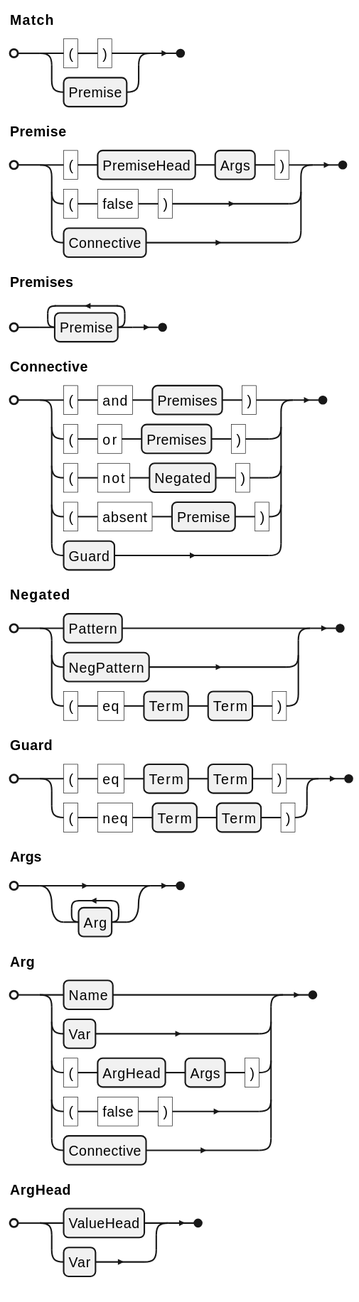
agutikov/ein keeps this PlantUML diagram as docs/ein/user/04-reference/diagrams/01-grammar-phrase-match.svg. Above is the earlier version. Its source is kept beside it as docs/ein/user/04-reference/diagrams/01-grammar-phrase-match.puml.
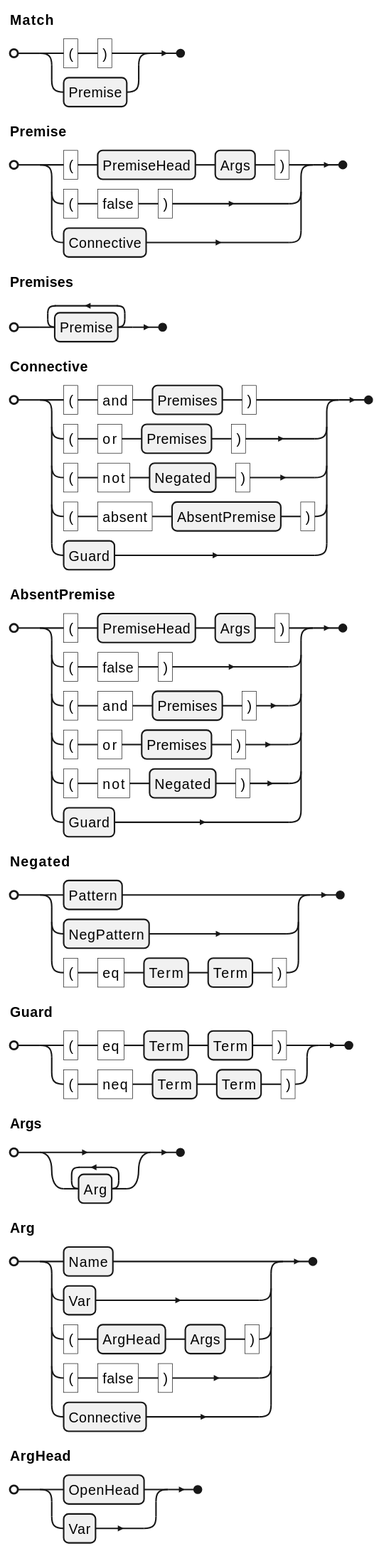
After the commit.

Diff of the diagram source:
```diff
@@ -6,11 +6,18 @@
     "(" , "and" , Premises , ")"
   | "(" , "or" , Premises , ")"
   | "(" , "not" , Negated , ")"
-  | "(" , "absent" , Premise , ")"
+  | "(" , "absent" , AbsentPremise , ")"
+  | Guard ;
+AbsentPremise =
+    "(" , PremiseHead , Args , ")"
+  | "(" , "false" , ")"
+  | "(" , "and" , Premises , ")"
+  | "(" , "or" , Premises , ")"
+  | "(" , "not" , Negated , ")"
   | Guard ;
 Negated = Pattern | NegPattern | "(" , "eq" , Term , Term , ")" ;
 Guard = "(" , "eq" , Term , Term , ")" | "(" , "neq" , Term , Term , ")" ;
 Args = { Arg } ;
 Arg = Name | Var | "(" , ArgHead , Args , ")" | "(" , "false" , ")" | Connective ;
-ArgHead = ValueHead | Var ;
+ArgHead = OpenHead | Var ;
 @endebnf
```
